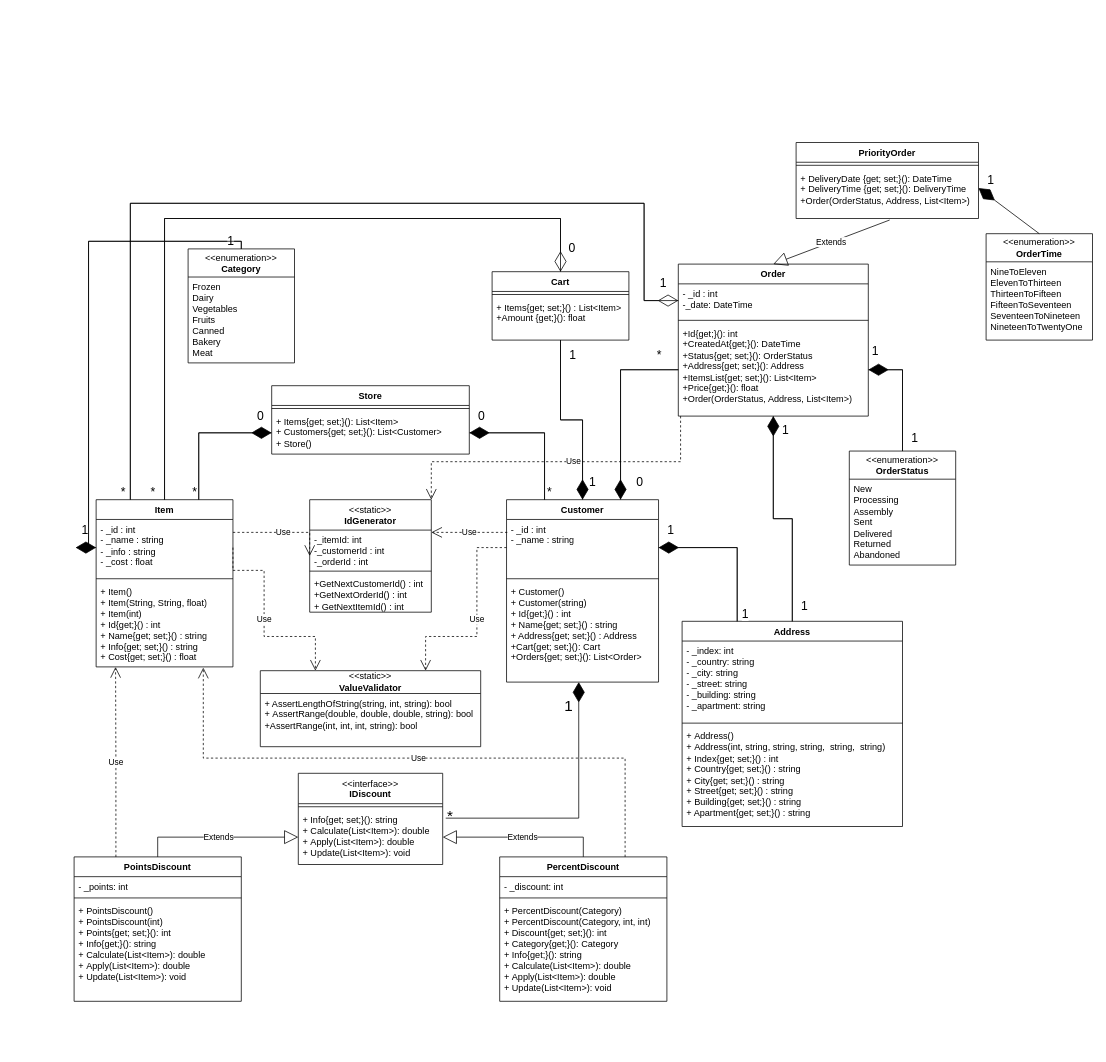
MonkEHlam/TusurProgramming keeps this draw.io diagram as docs/UML.drawio. Above is the earlier version. Source tidied: cells renumbered, new cells numbered last; positions are measured from the earlier drawing's top-left corner, leaving out a move shared by most shapes. Both pictures are drawn from the tidied source at 76%, with x=0, y=0 at pixel (74, 142).
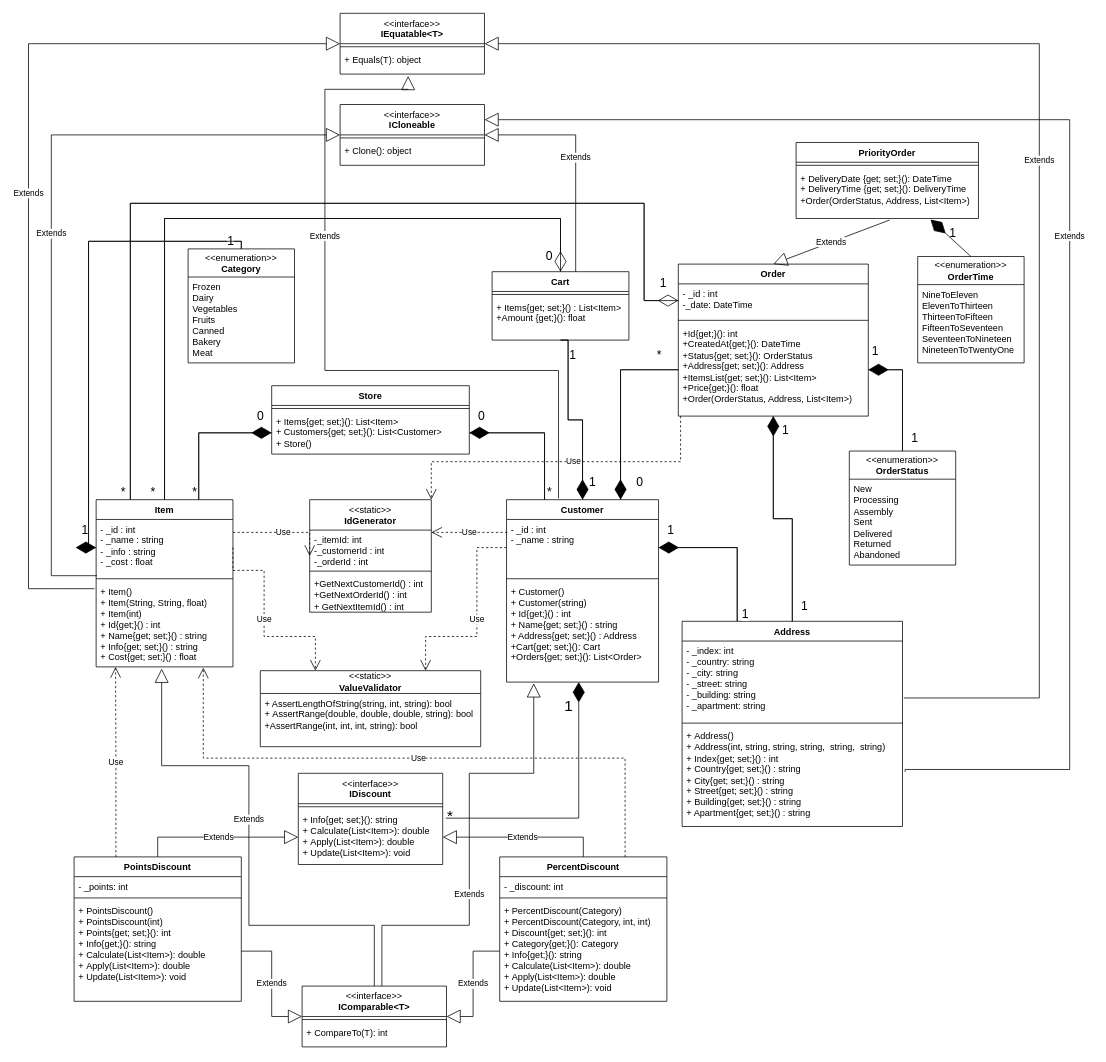
The same diagram, later.

Unchanged cells that the change refers to:
```xml
<mxCell id="2" value="Customer" style="swimlane;fontStyle=1;align=center;verticalAlign=top;horizontal=1;startSize=26;whiteSpace=wrap;html=1;" parent="1" vertex="1">
  <mxGeometry x="569" y="470" width="200" height="240" as="geometry" />
</mxCell>
<mxCell id="5" value="+&amp;nbsp;Customer()&lt;br style=&quot;border-color: var(--border-color);&quot;&gt;+ Customer(string)&lt;br&gt;+ Id{get;}() : int&lt;br&gt;+ Name{get; set;}() : string&lt;br&gt;+ Address{get; set;}() : Address&lt;br&gt;+Cart{get; set;}():&amp;nbsp;Cart&lt;br&gt;+Orders{get; set;}(): List&amp;lt;Order&amp;gt;" style="text;strokeColor=none;fillColor=none;align=left;verticalAlign=top;spacingLeft=4;spacingRight=4;overflow=hidden;points=[[0,0.5],[1,0.5]];portConstraint=eastwest;whiteSpace=wrap;html=1;" parent="2" vertex="1">
  <mxGeometry y="108" width="200" height="132" as="geometry" />
</mxCell>
<mxCell id="7" value="- _id : int&lt;br&gt;- _name : string&lt;br&gt;- _info : string&lt;br&gt;- _cost : float" style="text;strokeColor=none;fillColor=none;align=left;verticalAlign=top;spacingLeft=4;spacingRight=4;overflow=hidden;points=[[0,0.5],[1,0.5]];portConstraint=eastwest;whiteSpace=wrap;html=1;" parent="6" vertex="1">
  <mxGeometry y="26" width="180" height="74" as="geometry" />
</mxCell>
<mxCell id="9" value="+&amp;nbsp;Item()&lt;br&gt;+&amp;nbsp;Item(String, String, float)&lt;br&gt;+&amp;nbsp;Item(int)&lt;br&gt;+ Id{get;}() : int&lt;br&gt;+ Name{get; set;}() : string&lt;br&gt;+ Info{get; set;}() : string&lt;br&gt;+ Cost{get; set;}() : float" style="text;strokeColor=none;fillColor=none;align=left;verticalAlign=top;spacingLeft=4;spacingRight=4;overflow=hidden;points=[[0,0.5],[1,0.5]];portConstraint=eastwest;whiteSpace=wrap;html=1;" parent="6" vertex="1">
  <mxGeometry y="108" width="180" height="112" as="geometry" />
</mxCell>
<mxCell id="22" value="-&amp;nbsp;_index: int&lt;br&gt;-&amp;nbsp;_country: string&lt;br&gt;- _city: string&lt;br&gt;- _street: string&lt;br&gt;- _building: string&lt;br&gt;- _apartment: string" style="text;strokeColor=none;fillColor=none;align=left;verticalAlign=top;spacingLeft=4;spacingRight=4;overflow=hidden;points=[[0,0.5],[1,0.5]];portConstraint=eastwest;whiteSpace=wrap;html=1;" parent="21" vertex="1">
  <mxGeometry y="26" width="290" height="104" as="geometry" />
</mxCell>
<mxCell id="24" value="+&amp;nbsp;Address()&lt;br&gt;+&amp;nbsp;Address(int, string, string, string,&amp;nbsp; string,&amp;nbsp; string)&lt;br&gt;+ Index{get; set;}() : int&lt;br style=&quot;border-color: var(--border-color);&quot;&gt;+ Country{get; set;}() : string&lt;br&gt;+ City{get; set;}() : string&lt;br&gt;+ Street{get; set;}() : string&lt;br&gt;+ Building{get; set;}() : string&lt;br&gt;+ Apartment{get; set;}() : string" style="text;strokeColor=none;fillColor=none;align=left;verticalAlign=top;spacingLeft=4;spacingRight=4;overflow=hidden;points=[[0,0.5],[1,0.5]];portConstraint=eastwest;whiteSpace=wrap;html=1;" parent="21" vertex="1">
  <mxGeometry y="138" width="290" height="132" as="geometry" />
</mxCell>
<mxCell id="47" value="Cart" style="swimlane;fontStyle=1;align=center;verticalAlign=top;horizontal=1;startSize=26;whiteSpace=wrap;html=1;" parent="1" vertex="1">
  <mxGeometry x="550" y="170" width="180" height="90" as="geometry" />
</mxCell>
<mxCell id="49" value="+ Items{get; set;}() :&amp;nbsp;List&amp;lt;Item&amp;gt;&lt;br&gt;+Amount {get;}(): float" style="text;strokeColor=none;fillColor=none;align=left;verticalAlign=top;spacingLeft=4;spacingRight=4;overflow=hidden;points=[[0,0.5],[1,0.5]];portConstraint=eastwest;whiteSpace=wrap;html=1;" parent="47" vertex="1">
  <mxGeometry y="34" width="180" height="56" as="geometry" />
</mxCell>
<mxCell id="70" style="endArrow=none;html=1;edgeStyle=orthogonalEdgeStyle;rounded=0;entryX=0.5;entryY=0;entryDx=0;entryDy=0;exitX=0.5;exitY=0;exitDx=0;exitDy=0;" parent="1" edge="1" source="6" target="47">
  <mxGeometry relative="1" as="geometry">
    <Array as="points">
      <mxPoint x="119" y="100" />
      <mxPoint x="640" y="100" />
    </Array>
  </mxGeometry>
</mxCell>
<mxCell id="81" value="+ DeliveryDate {get; set;}(): DateTime&lt;br&gt;+ DeliveryTime {get; set;}(): DeliveryTime&lt;br&gt;+Order(OrderStatus, Address, List&amp;lt;Item&amp;gt;)&lt;br&gt;&lt;div&gt;&lt;br&gt;&lt;/div&gt;" style="text;strokeColor=none;fillColor=none;align=left;verticalAlign=top;spacingLeft=4;spacingRight=4;overflow=hidden;points=[[0,0.5],[1,0.5]];portConstraint=eastwest;whiteSpace=wrap;html=1;" parent="79" vertex="1">
  <mxGeometry y="34" width="240" height="66" as="geometry" />
</mxCell>
<mxCell id="93" value="+&amp;nbsp;PercentDiscount(Category)&lt;br&gt;+ PercentDiscount(Category, int, int)&lt;br&gt;+&amp;nbsp;Discount{get; set;}(): int&lt;br&gt;+&amp;nbsp;Category{get;}():&amp;nbsp;Category&lt;br&gt;+&amp;nbsp;Info{get;}(): string&lt;br&gt;+&amp;nbsp;Calculate(List&amp;lt;Item&amp;gt;): double&lt;br&gt;&lt;div style=&quot;border-color: var(--border-color);&quot;&gt;+&amp;nbsp;Apply(List&amp;lt;Item&amp;gt;): double&lt;/div&gt;&lt;div style=&quot;border-color: var(--border-color);&quot;&gt;+ Update(List&amp;lt;Item&amp;gt;): void&lt;/div&gt;" style="text;strokeColor=none;fillColor=none;align=left;verticalAlign=top;spacingLeft=4;spacingRight=4;overflow=hidden;points=[[0,0.5],[1,0.5]];portConstraint=eastwest;whiteSpace=wrap;html=1;" parent="90" vertex="1">
  <mxGeometry y="58" width="220" height="132" as="geometry" />
</mxCell>
<mxCell id="97" value="+&amp;nbsp;PointsDiscount()&lt;br&gt;+ PointsDiscount(int)&lt;br&gt;+ Points{get; set;}(): int&lt;br&gt;+&amp;nbsp;Info{get;}(): string&lt;br&gt;+&amp;nbsp;Calculate(List&amp;lt;Item&amp;gt;): double&lt;br&gt;&lt;div style=&quot;border-color: var(--border-color);&quot;&gt;+&amp;nbsp;Apply(List&amp;lt;Item&amp;gt;): double&lt;/div&gt;&lt;div style=&quot;border-color: var(--border-color);&quot;&gt;+ Update(List&amp;lt;Item&amp;gt;): void&lt;/div&gt;" style="text;strokeColor=none;fillColor=none;align=left;verticalAlign=top;spacingLeft=4;spacingRight=4;overflow=hidden;points=[[0,0.5],[1,0.5]];portConstraint=eastwest;whiteSpace=wrap;html=1;" parent="94" vertex="1">
  <mxGeometry y="58" width="220" height="132" as="geometry" />
</mxCell>
```

Diff of the diagram source:
```diff
@@
     <mxCell id="62" style="endArrow=none;html=1;edgeStyle=orthogonalEdgeStyle;rounded=0;entryX=0.5;entryY=0;entryDx=0;entryDy=0;exitX=0.5;exitY=1;exitDx=0;exitDy=0;exitPerimeter=0;" parent="1" edge="1" source="49" target="2">
-      <mxGeometry relative="1" as="geometry" />
+      <mxGeometry relative="1" as="geometry">
+        <Array as="points">
+          <mxPoint x="650" y="260" />
+          <mxPoint x="650" y="365" />
+          <mxPoint x="669" y="365" />
+        </Array>
+      </mxGeometry>
     </mxCell>
@@
     <mxCell id="65" style="endArrow=diamondThin;endFill=1;endSize=24;html=1;rounded=0;entryX=0.5;entryY=0;entryDx=0;entryDy=0;edgeStyle=orthogonalEdgeStyle;exitX=0.5;exitY=1;exitDx=0;exitDy=0;exitPerimeter=0;" parent="1" edge="1" source="49" target="2">
-      <mxGeometry relative="1" as="geometry" />
+      <mxGeometry relative="1" as="geometry">
+        <Array as="points">
+          <mxPoint x="650" y="260" />
+          <mxPoint x="650" y="365" />
+          <mxPoint x="669" y="365" />
+        </Array>
+      </mxGeometry>
     </mxCell>
@@
     <mxCell id="72" value="0" style="edgeLabel;html=1;align=right;verticalAlign=bottom;fontSize=16;" parent="70" vertex="1">
       <mxGeometry x="1" relative="1" as="geometry">
-        <mxPoint x="20" y="-20" as="offset" />
+        <mxPoint x="-10" y="-10" as="offset" />
       </mxGeometry>
     </mxCell>
@@
     <mxCell id="83" value="&amp;lt;&amp;lt;enumeration&amp;gt;&amp;gt;&lt;br style=&quot;border-color: var(--border-color); font-weight: 700;&quot;&gt;&lt;b&gt;OrderTime&lt;/b&gt;" style="swimlane;fontStyle=0;horizontal=1;startSize=37;fillColor=none;whiteSpace=wrap;html=1;" parent="1" vertex="1">
-      <mxGeometry x="1200" y="120" width="140" height="140" as="geometry" />
+      <mxGeometry x="1110" y="150" width="140" height="140" as="geometry" />
     </mxCell>
@@
     <mxCell id="85" value="1" style="edgeLabel;html=1;align=left;verticalAlign=bottom;fontSize=16;" parent="1" vertex="1">
-      <mxGeometry x="1200" y="60" as="geometry" />
+      <mxGeometry x="1150" y="130" as="geometry" />
     </mxCell>
-    <mxCell id="86" style="endArrow=diamondThin;endFill=1;endSize=24;html=1;rounded=0;entryX=1;entryY=0.394;entryDx=0;entryDy=0;entryPerimeter=0;" parent="1" edge="1" target="81">
-      <mxGeometry relative="1" as="geometry">
-        <mxPoint x="1270" y="120" as="sourcePoint" />
-      </mxGeometry>
+    <mxCell id="86" style="endArrow=diamondThin;endFill=1;endSize=24;html=1;rounded=0;entryX=0.737;entryY=1.021;entryDx=0;entryDy=0;entryPerimeter=0;exitX=0.5;exitY=0;exitDx=0;exitDy=0;" parent="1" edge="1" source="83" target="81">
+      <mxGeometry relative="1" as="geometry" />
     </mxCell>
@@
+    <mxCell id="105" value="&lt;span style=&quot;font-weight: normal;&quot;&gt;&amp;lt;&amp;lt;interface&amp;gt;&amp;gt;&lt;/span&gt;&lt;br&gt;ICloneable" style="swimlane;fontStyle=1;align=center;verticalAlign=top;horizontal=1;startSize=40;whiteSpace=wrap;html=1;" parent="1" vertex="1">
+      <mxGeometry x="350" y="-50" width="190" height="80" as="geometry" />
+    </mxCell>
+    <mxCell id="106" style="line;strokeWidth=1;fillColor=none;align=left;verticalAlign=middle;spacingTop=-1;spacingLeft=3;spacingRight=3;labelPosition=right;strokeColor=inherit;" parent="105" vertex="1">
+      <mxGeometry y="40" width="190" height="8" as="geometry" />
+    </mxCell>
+    <mxCell id="107" value="+ Clone(): object" style="text;strokeColor=none;fillColor=none;align=left;verticalAlign=top;spacingLeft=4;spacingRight=4;overflow=hidden;whiteSpace=wrap;html=1;" parent="105" vertex="1">
+      <mxGeometry y="48" width="190" height="32" as="geometry" />
+    </mxCell>
+    <mxCell id="108" value="&lt;span style=&quot;font-weight: normal;&quot;&gt;&amp;lt;&amp;lt;interface&amp;gt;&amp;gt;&lt;/span&gt;&lt;br&gt;IComparable&amp;lt;T&amp;gt;" style="swimlane;fontStyle=1;align=center;verticalAlign=top;horizontal=1;startSize=40;whiteSpace=wrap;html=1;" parent="1" vertex="1">
+      <mxGeometry x="300" y="1110" width="190" height="80" as="geometry" />
+    </mxCell>
+    <mxCell id="109" style="line;strokeWidth=1;fillColor=none;align=left;verticalAlign=middle;spacingTop=-1;spacingLeft=3;spacingRight=3;labelPosition=right;strokeColor=inherit;" parent="108" vertex="1">
+      <mxGeometry y="40" width="190" height="8" as="geometry" />
+    </mxCell>
+    <mxCell id="110" value="+ CompareTo(T): int" style="text;strokeColor=none;fillColor=none;align=left;verticalAlign=top;spacingLeft=4;spacingRight=4;overflow=hidden;whiteSpace=wrap;html=1;" parent="108" vertex="1">
+      <mxGeometry y="48" width="190" height="32" as="geometry" />
+    </mxCell>
+    <mxCell id="111" value="&lt;span style=&quot;font-weight: normal;&quot;&gt;&amp;lt;&amp;lt;interface&amp;gt;&amp;gt;&lt;/span&gt;&lt;br&gt;IEquatable&amp;lt;T&amp;gt;" style="swimlane;fontStyle=1;align=center;verticalAlign=top;horizontal=1;startSize=40;whiteSpace=wrap;html=1;" parent="1" vertex="1">
+      <mxGeometry x="350" y="-170" width="190" height="80" as="geometry" />
+    </mxCell>
+    <mxCell id="112" style="line;strokeWidth=1;fillColor=none;align=left;verticalAlign=middle;spacingTop=-1;spacingLeft=3;spacingRight=3;labelPosition=right;strokeColor=inherit;" parent="111" vertex="1">
+      <mxGeometry y="40" width="190" height="8" as="geometry" />
+    </mxCell>
+    <mxCell id="113" value="+ Equals(T): object" style="text;strokeColor=none;fillColor=none;align=left;verticalAlign=top;spacingLeft=4;spacingRight=4;overflow=hidden;points=[[0,0.5],[1,0.5]];portConstraint=eastwest;whiteSpace=wrap;html=1;" parent="111" vertex="1">
+      <mxGeometry y="48" width="190" height="32" as="geometry" />
+    </mxCell>
+    <mxCell id="114" value="Extends" style="endArrow=block;endSize=16;endFill=0;html=1;rounded=0;exitX=1;exitY=0.5;exitDx=0;exitDy=0;entryX=0;entryY=0.5;entryDx=0;entryDy=0;edgeStyle=orthogonalEdgeStyle;" parent="1" edge="1" source="97" target="108">
+      <mxGeometry relative="1" as="geometry" />
+    </mxCell>
+    <mxCell id="115" value="Extends" style="endArrow=block;endSize=16;endFill=0;html=1;rounded=0;entryX=1;entryY=0.5;entryDx=0;entryDy=0;exitX=0;exitY=0.5;exitDx=0;exitDy=0;edgeStyle=orthogonalEdgeStyle;" parent="1" edge="1" source="93" target="108">
+      <mxGeometry relative="1" as="geometry" />
+    </mxCell>
+    <mxCell id="116" value="Extends" style="endArrow=block;endSize=16;endFill=0;html=1;rounded=0;exitX=0.5;exitY=0;exitDx=0;exitDy=0;entryX=0.479;entryY=1.021;entryDx=0;entryDy=0;entryPerimeter=0;edgeStyle=orthogonalEdgeStyle;" parent="1" edge="1" source="108" target="9">
+      <mxGeometry x="0.1" relative="1" as="geometry">
+        <Array as="points">
+          <mxPoint x="395" y="1030" />
+          <mxPoint x="230" y="1030" />
+          <mxPoint x="230" y="820" />
+          <mxPoint x="115" y="820" />
+        </Array>
+      </mxGeometry>
+    </mxCell>
+    <mxCell id="117" value="Extends" style="endArrow=block;endSize=16;endFill=0;html=1;rounded=0;entryX=0.179;entryY=1.012;entryDx=0;entryDy=0;entryPerimeter=0;edgeStyle=orthogonalEdgeStyle;" parent="1" edge="1" target="5">
+      <mxGeometry x="-0.21" relative="1" as="geometry">
+        <mxPoint x="405" y="1110" as="sourcePoint" />
+        <Array as="points">
+          <mxPoint x="405" y="1030" />
+          <mxPoint x="520" y="1030" />
+          <mxPoint x="520" y="830" />
+          <mxPoint x="605" y="830" />
+        </Array>
+      </mxGeometry>
+    </mxCell>
+    <mxCell id="118" value="Extends" style="endArrow=block;endSize=16;endFill=0;html=1;rounded=0;exitX=0.611;exitY=0;exitDx=0;exitDy=0;edgeStyle=orthogonalEdgeStyle;entryX=1;entryY=0.5;entryDx=0;entryDy=0;exitPerimeter=0;" parent="1" edge="1" source="47" target="105">
+      <mxGeometry relative="1" as="geometry">
+        <Array as="points">
+          <mxPoint x="660" y="-10" />
+        </Array>
+      </mxGeometry>
+    </mxCell>
+    <mxCell id="119" value="Extends" style="endArrow=block;endSize=16;endFill=0;html=1;rounded=0;entryX=1;entryY=0.25;entryDx=0;entryDy=0;edgeStyle=orthogonalEdgeStyle;exitX=1.012;exitY=0.455;exitDx=0;exitDy=0;exitPerimeter=0;" parent="1" edge="1" source="24" target="105">
+      <mxGeometry relative="1" as="geometry">
+        <Array as="points">
+          <mxPoint x="1094" y="825" />
+          <mxPoint x="1310" y="825" />
+          <mxPoint x="1310" y="-30" />
+        </Array>
+      </mxGeometry>
+    </mxCell>
+    <mxCell id="120" value="Extends" style="endArrow=block;endSize=16;endFill=0;html=1;rounded=0;exitX=1.006;exitY=0.72;exitDx=0;exitDy=0;edgeStyle=orthogonalEdgeStyle;entryX=1;entryY=0.5;entryDx=0;entryDy=0;exitPerimeter=0;" parent="1" edge="1" source="22" target="111">
+      <mxGeometry relative="1" as="geometry">
+        <Array as="points">
+          <mxPoint x="1270" y="731" />
+          <mxPoint x="1270" y="-130" />
+        </Array>
+      </mxGeometry>
+    </mxCell>
+    <mxCell id="121" value="Extends" style="endArrow=block;endSize=16;endFill=0;html=1;rounded=0;exitX=0.006;exitY=1;exitDx=0;exitDy=0;edgeStyle=orthogonalEdgeStyle;entryX=0;entryY=0.5;entryDx=0;entryDy=0;exitPerimeter=0;" parent="1" edge="1" source="7" target="105">
+      <mxGeometry relative="1" as="geometry">
+        <Array as="points">
+          <mxPoint x="-30" y="570" />
+          <mxPoint x="-30" y="-10" />
+        </Array>
+      </mxGeometry>
+    </mxCell>
+    <mxCell id="122" value="Extends" style="endArrow=block;endSize=16;endFill=0;html=1;rounded=0;exitX=-0.012;exitY=0.081;exitDx=0;exitDy=0;exitPerimeter=0;edgeStyle=orthogonalEdgeStyle;entryX=0;entryY=0.5;entryDx=0;entryDy=0;" parent="1" edge="1" source="9" target="111">
+      <mxGeometry relative="1" as="geometry">
+        <Array as="points">
+          <mxPoint x="-60" y="587" />
+          <mxPoint x="-60" y="-130" />
+        </Array>
+      </mxGeometry>
+    </mxCell>
+    <mxCell id="123" value="Extends" style="endArrow=block;endSize=16;endFill=0;html=1;rounded=0;entryX=0.471;entryY=1.078;entryDx=0;entryDy=0;entryPerimeter=0;edgeStyle=orthogonalEdgeStyle;exitX=0.342;exitY=-0.008;exitDx=0;exitDy=0;exitPerimeter=0;" parent="1" edge="1" source="2" target="113">
+      <mxGeometry x="0.34" relative="1" as="geometry">
+        <Array as="points">
+          <mxPoint x="637" y="300" />
+          <mxPoint x="330" y="300" />
+          <mxPoint x="330" y="-70" />
+          <mxPoint x="440" y="-70" />
+        </Array>
+      </mxGeometry>
+    </mxCell>
```
